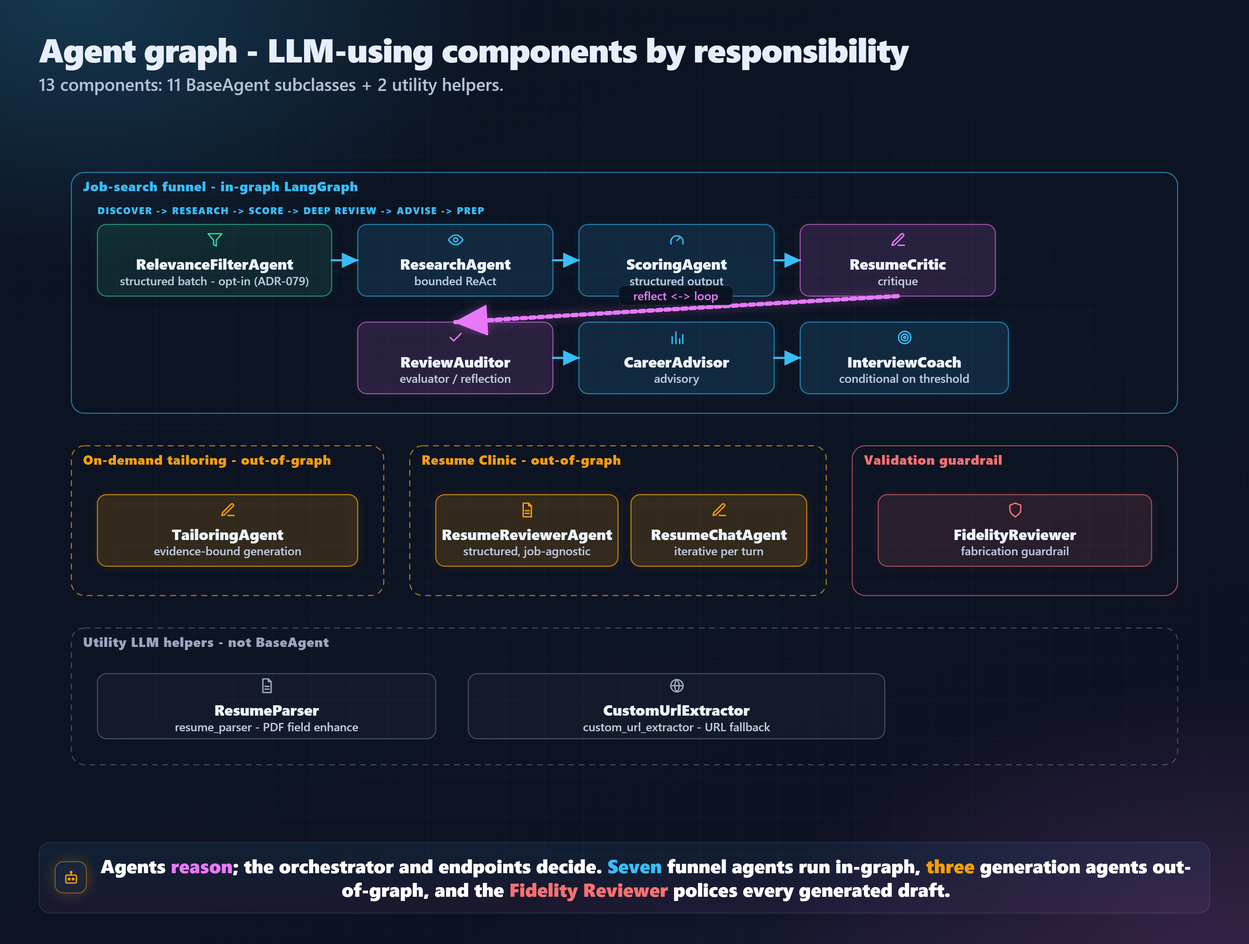
Earlier version of the Mermaid export docs/architecture/images/agent_graph.png (suthrams/jobsearchagent-v2). Its source is kept beside it as docs/architecture/images/agent_graph.mmd.
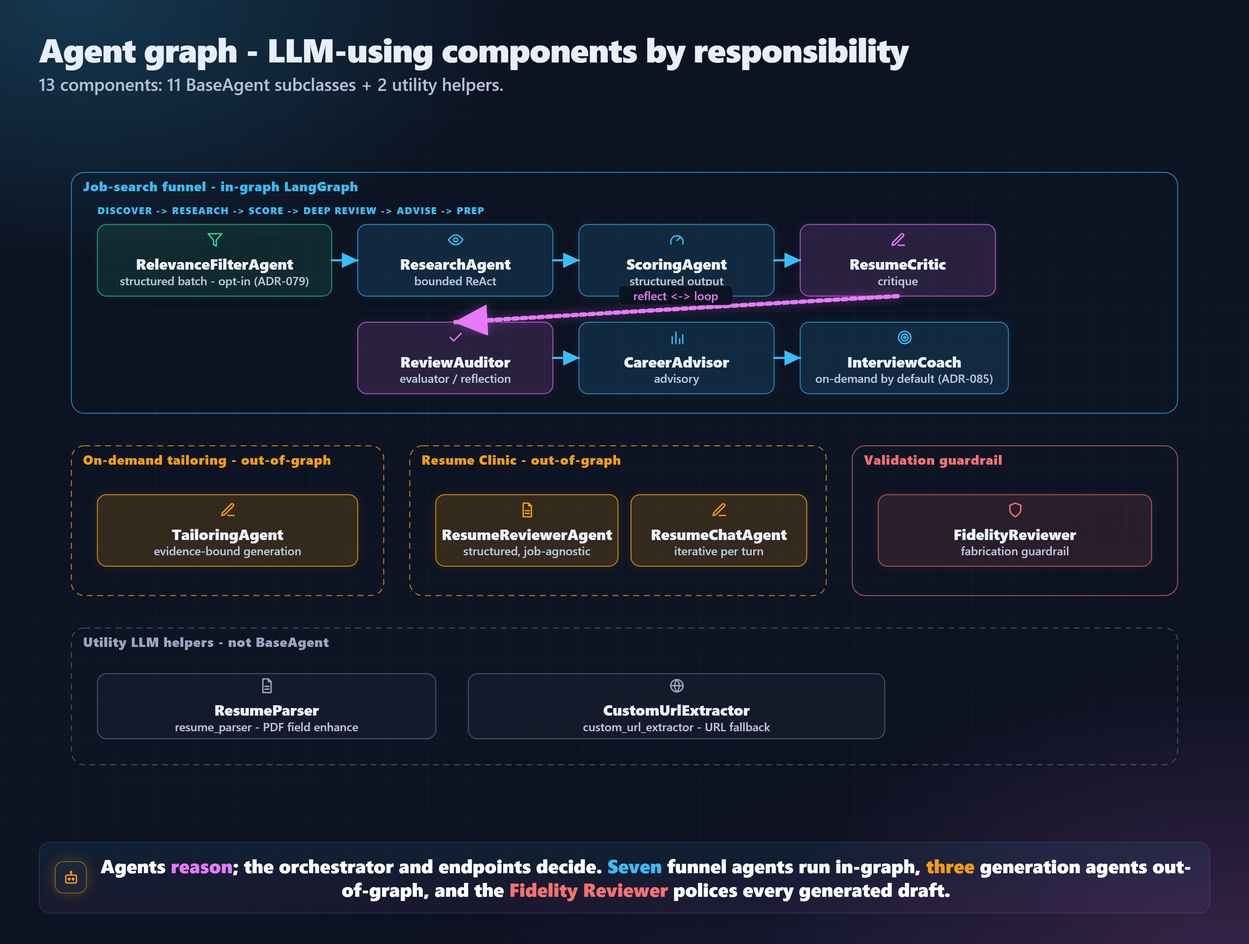
After the change.

Diff of the diagram source:
```diff
@@ -6,7 +6,7 @@
         a3[ResumeCritic - Critique]
         a4[ReviewAuditor - Evaluator and reflection]
         a5[CareerAdvisor - Advisory]
-        a6[InterviewCoach - Conditional on threshold]
+        a6[InterviewCoach - on-demand by default, ADR-085]
     end
 
     subgraph Tailoring [On-demand tailoring - out-of-graph]
```
